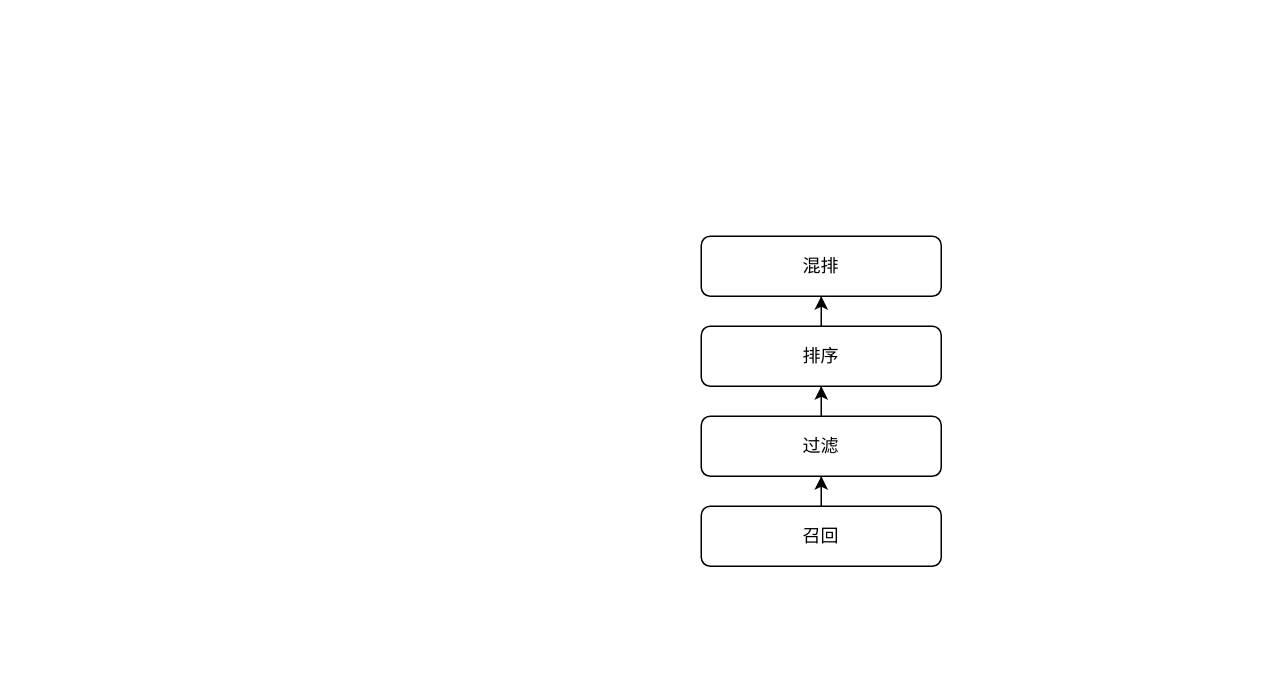
Above: readflow.drawio in axtrur/resource (draw.io), before the change. Source tidied: cells renumbered, new cells numbered last; positions are measured from the earlier drawing's top-left corner, leaving out a move shared by most shapes. Both pictures are drawn from the tidied source at 150%, with x=0, y=0 at pixel (700, 236).
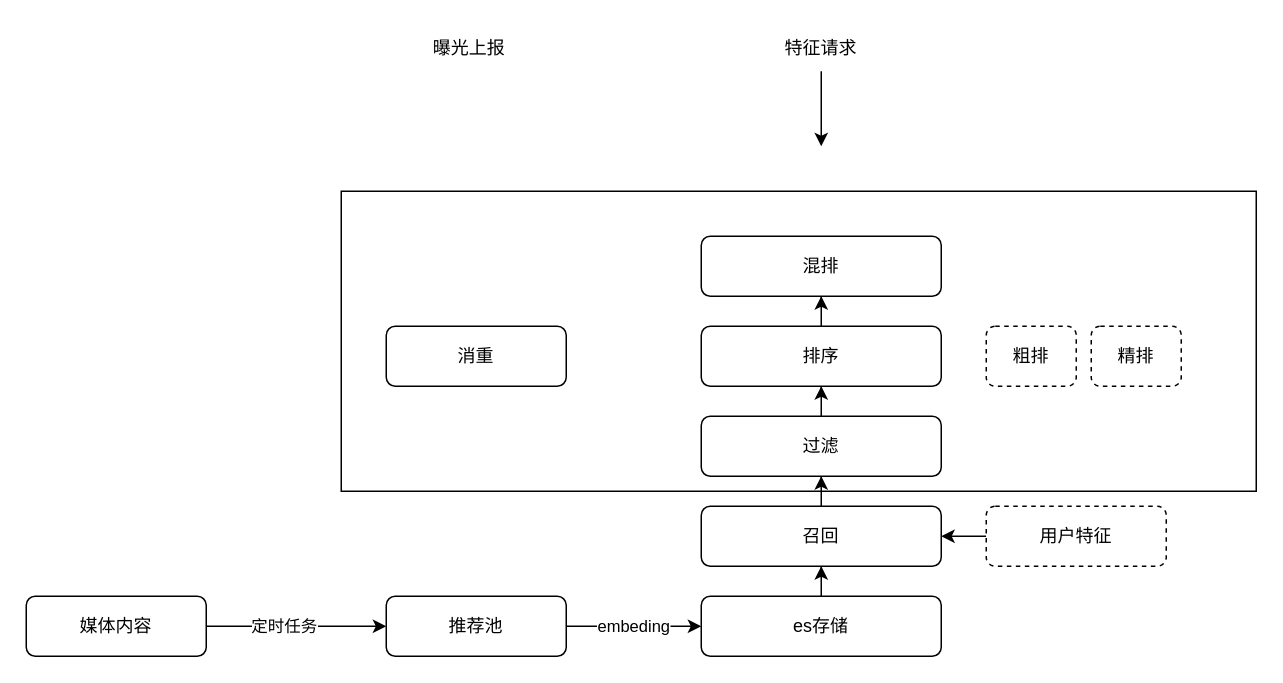
The same diagram, later.

Change to the diagram source:
```diff
@@
+    <mxCell id="9" style="rounded=0;whiteSpace=wrap;html=1;" parent="1" vertex="1">
+      <mxGeometry x="-240" y="-30" width="610" height="200" as="geometry" />
+    </mxCell>
@@
-    <mxCell id="3" value="召回" style="rounded=1;whiteSpace=wrap;html=1;" parent="1" vertex="1">
+    <mxCell id="3" style="rounded=1;whiteSpace=wrap;html=1;" parent="1" vertex="1">
       <mxGeometry y="180" width="160" height="40" as="geometry" />
     </mxCell>
@@
+    <mxCell id="10" value="embeding" style="edgeStyle=orthogonalEdgeStyle;rounded=0;jettySize=auto;html=1;exitX=1;exitY=0.5;exitDx=0;exitDy=0;entryX=0;entryY=0.5;entryDx=0;entryDy=0;" parent="1" edge="1" source="11" target="14">
+      <mxGeometry relative="1" as="geometry" />
+    </mxCell>
+    <mxCell id="11" value="推荐池" style="rounded=1;whiteSpace=wrap;html=1;" parent="1" vertex="1">
+      <mxGeometry x="-210" y="240" width="120" height="40" as="geometry" />
+    </mxCell>
+    <mxCell id="12" value="召回" style="text;html=1;strokeColor=none;fillColor=none;align=center;verticalAlign=middle;whiteSpace=wrap;rounded=0;" parent="1" vertex="1">
+      <mxGeometry x="50" y="185" width="60" height="30" as="geometry" />
+    </mxCell>
+    <mxCell id="13" style="edgeStyle=orthogonalEdgeStyle;rounded=0;jettySize=auto;html=1;exitX=0.5;exitY=0;exitDx=0;exitDy=0;" parent="1" edge="1" source="14" target="3">
+      <mxGeometry relative="1" as="geometry" />
+    </mxCell>
+    <mxCell id="14" value="es存储" style="rounded=1;whiteSpace=wrap;html=1;" parent="1" vertex="1">
+      <mxGeometry y="240" width="160" height="40" as="geometry" />
+    </mxCell>
+    <mxCell id="15" value="消重" style="rounded=1;whiteSpace=wrap;html=1;" parent="1" vertex="1">
+      <mxGeometry x="-210" y="60" width="120" height="40" as="geometry" />
+    </mxCell>
+    <mxCell id="16" style="edgeStyle=orthogonalEdgeStyle;rounded=0;jettySize=auto;html=1;exitX=1;exitY=0.5;exitDx=0;exitDy=0;" parent="1" edge="1" source="18" target="11">
+      <mxGeometry relative="1" as="geometry" />
+    </mxCell>
+    <mxCell id="17" value="定时任务" style="edgeLabel;html=1;align=center;verticalAlign=middle;" parent="16" vertex="1">
+      <mxGeometry x="-0.15" y="1" relative="1" as="geometry" />
+    </mxCell>
+    <mxCell id="18" value="媒体内容" style="rounded=1;whiteSpace=wrap;html=1;" parent="1" vertex="1">
+      <mxGeometry x="-450" y="240" width="120" height="40" as="geometry" />
+    </mxCell>
+    <mxCell id="19" value="粗排" style="rounded=1;whiteSpace=wrap;html=1;dashed=1;" parent="1" vertex="1">
+      <mxGeometry x="190" y="60" width="60" height="40" as="geometry" />
+    </mxCell>
+    <mxCell id="20" value="精排" style="rounded=1;whiteSpace=wrap;html=1;dashed=1;" parent="1" vertex="1">
+      <mxGeometry x="260" y="60" width="60" height="40" as="geometry" />
+    </mxCell>
+    <mxCell id="21" style="edgeStyle=orthogonalEdgeStyle;rounded=0;jettySize=auto;html=1;exitX=0.5;exitY=1;exitDx=0;exitDy=0;" parent="1" edge="1" source="22">
+      <mxGeometry relative="1" as="geometry">
+        <mxPoint x="80" y="-60" as="targetPoint" />
+      </mxGeometry>
+    </mxCell>
+    <mxCell id="22" value="特征请求" style="text;html=1;strokeColor=none;fillColor=none;align=center;verticalAlign=middle;whiteSpace=wrap;rounded=0;" parent="1" vertex="1">
+      <mxGeometry x="50" y="-140" width="60" height="30" as="geometry" />
+    </mxCell>
+    <mxCell id="23" style="edgeStyle=orthogonalEdgeStyle;rounded=0;jettySize=auto;html=1;exitX=0;exitY=0.5;exitDx=0;exitDy=0;" parent="1" edge="1" source="24" target="3">
+      <mxGeometry relative="1" as="geometry" />
+    </mxCell>
+    <mxCell id="24" value="用户特征" style="rounded=1;whiteSpace=wrap;html=1;dashed=1;" parent="1" vertex="1">
+      <mxGeometry x="190" y="180" width="120" height="40" as="geometry" />
+    </mxCell>
+    <mxCell id="25" value="曝光上报" style="text;html=1;align=center;verticalAlign=middle;strokeColor=none;fillColor=none;" parent="1" vertex="1">
+      <mxGeometry x="-190" y="-140" width="70" height="30" as="geometry" />
+    </mxCell>
```
